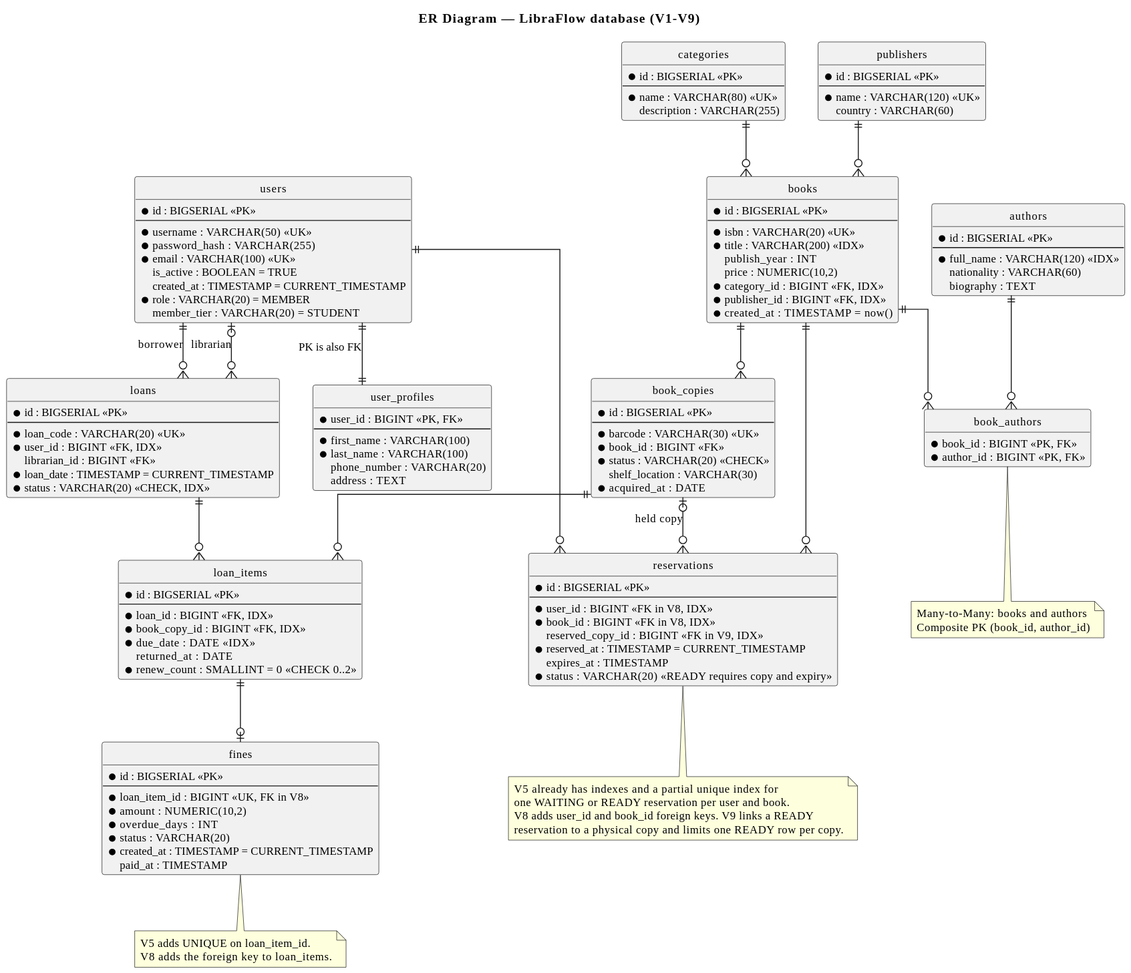
This is doc/diagrams/images/11-er-diagram.svg from boatrocl/library_book_management, a PlantUML export, as it was before one commit.
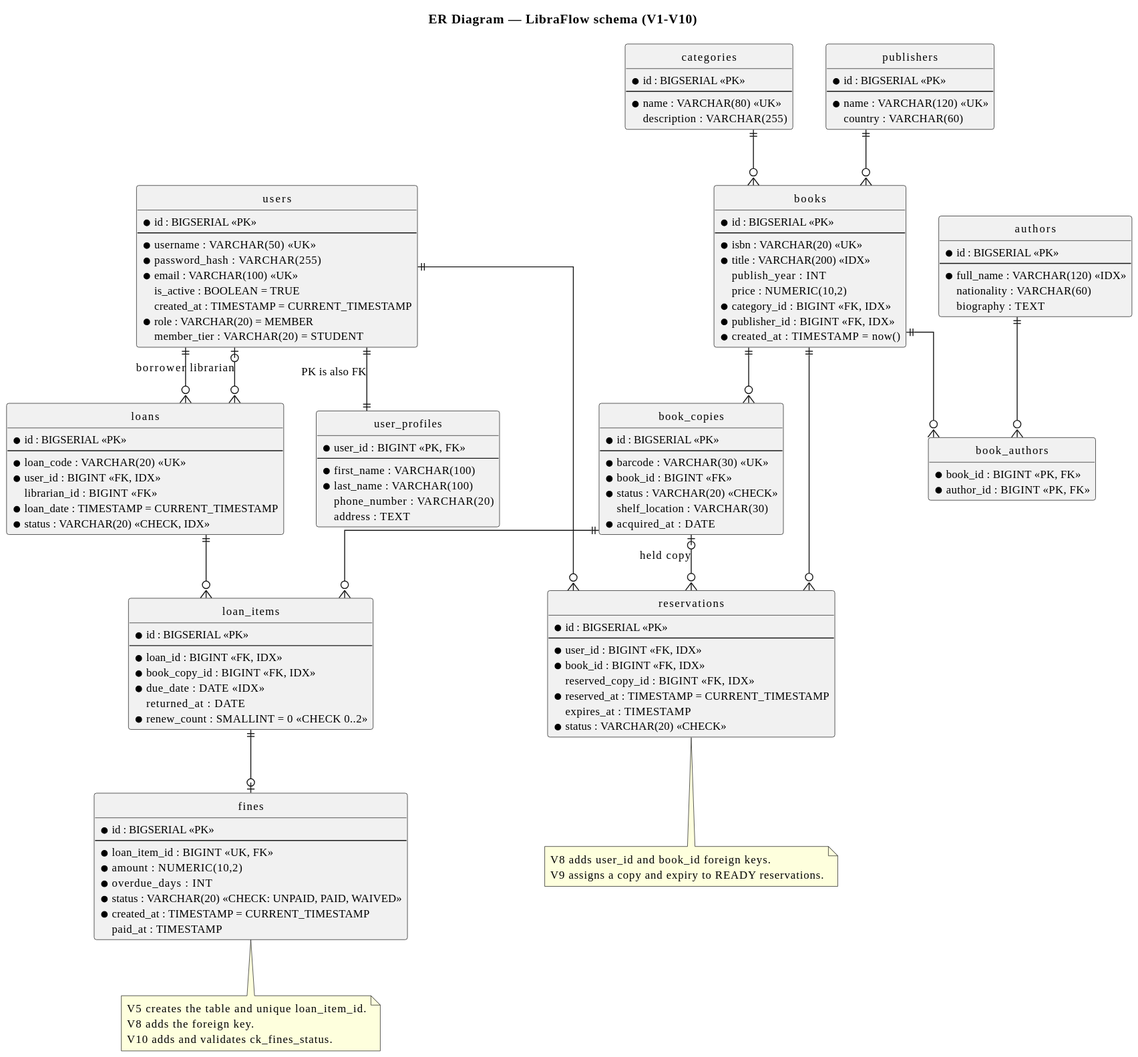
Above is the later version.

What changed in the source:
```diff
@@ -1,5 +1,5 @@
 @startuml
-title ER Diagram — LibraFlow database (V1-V9)
+title ER Diagram — LibraFlow schema (V1-V10)
 
 skinparam defaultFontName "Tahoma"
 skinparam defaultFontSize 12
@@ -101,10 +101,10 @@
 entity "fines" as fines {
   * id : BIGSERIAL <<PK>>
   --
-  * loan_item_id : BIGINT <<UK, FK in V8>>
+  * loan_item_id : BIGINT <<UK, FK>>
   * amount : NUMERIC(10,2)
   * overdue_days : INT
-  * status : VARCHAR(20)
+  * status : VARCHAR(20) <<CHECK: UNPAID, PAID, WAIVED>>
   * created_at : TIMESTAMP = CURRENT_TIMESTAMP
   paid_at : TIMESTAMP
 }
@@ -112,17 +112,17 @@
 entity "reservations" as reservations {
   * id : BIGSERIAL <<PK>>
   --
-  * user_id : BIGINT <<FK in V8, IDX>>
-  * book_id : BIGINT <<FK in V8, IDX>>
-  reserved_copy_id : BIGINT <<FK in V9, IDX>>
+  * user_id : BIGINT <<FK, IDX>>
+  * book_id : BIGINT <<FK, IDX>>
+  reserved_copy_id : BIGINT <<FK, IDX>>
   * reserved_at : TIMESTAMP = CURRENT_TIMESTAMP
   expires_at : TIMESTAMP
-  * status : VARCHAR(20) <<READY requires copy and expiry>>
+  * status : VARCHAR(20) <<CHECK>>
 }
 
-users ||--|| user_profiles : "PK is also FK"
-users ||--o{ loans : "borrower"
-users |o--o{ loans : "librarian"
+users ||--|| user_profiles : PK is also FK
+users ||--o{ loans : borrower
+users |o--o{ loans : librarian
 users ||--o{ reservations
 categories ||--o{ books
 publishers ||--o{ books
@@ -135,20 +135,14 @@
 book_copies ||--o{ loan_items
 loan_items ||--o| fines
 
-note bottom of book_authors
-  Many-to-Many: books and authors
-  Composite PK (book_id, author_id)
-end note
-
 note bottom of fines
-  V5 adds UNIQUE on loan_item_id.
-  V8 adds the foreign key to loan_items.
+  V5 creates the table and unique loan_item_id.
+  V8 adds the foreign key.
+  V10 adds and validates ck_fines_status.
 end note
 
 note bottom of reservations
-  V5 already has indexes and a partial unique index for
-  one WAITING or READY reservation per user and book.
-  V8 adds user_id and book_id foreign keys. V9 links a READY
-  reservation to a physical copy and limits one READY row per copy.
+  V8 adds user_id and book_id foreign keys.
+  V9 assigns a copy and expiry to READY reservations.
 end note
 @enduml
```
